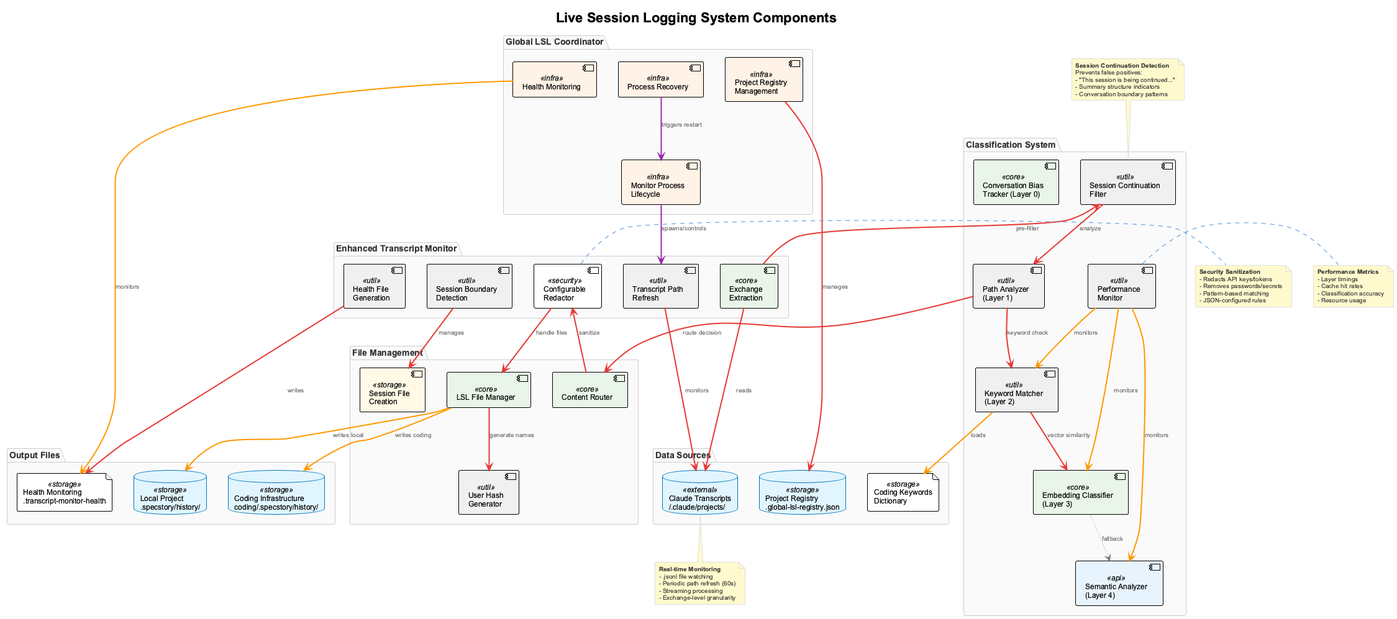
Earlier version of the PlantUML export docs/images/lsl-components.png (fwornle/coding). Its diagram source:
```plantuml
@startuml lsl-components
!include _standard-style.puml

title Live Session Logging System Components

package "Enhanced Transcript Monitor" {
  component [Transcript Path\nRefresh] as tpr <<util>>
  component [Exchange\nExtraction] as extract <<core>>
  component [Configurable\nRedactor] as redactor <<security>>
  component [Health File\nGeneration] as health <<util>>
  component [Session Boundary\nDetection] as session <<util>>
}

package "Global LSL Coordinator" {
  component [Project Registry\nManagement] as registry <<infra>>
  component [Monitor Process\nLifecycle] as lifecycle <<infra>>
  component [Health Monitoring] as healthmon <<infra>>
  component [Process Recovery] as recovery <<infra>>
}

package "Classification System" {
  component [Conversation Bias\nTracker (Layer 0)] as biastrack <<core>>
  component [Session Continuation\nFilter] as sessionfilter <<util>>
  component [Path Analyzer\n(Layer 1)] as pathanalyzer <<util>>
  component [Keyword Matcher\n(Layer 2)] as keywords <<util>>
  component [Embedding Classifier\n(Layer 3)] as embedding <<core>>
  component [Semantic Analyzer\n(Layer 4)] as semantic <<api>>
  component [Performance\nMonitor] as perfmon <<util>>
}

package "File Management" {
  component [LSL File Manager] as filemanager <<core>>
  component [User Hash\nGenerator] as userhash <<util>>
  component [Content Router] as router <<core>>
  component [Session File\nCreation] as sessionfile <<storage>>
}

package "Data Sources" {
  database "Claude Transcripts\n~/.claude/projects/" as transcripts <<external>>
  file "Coding Keywords\nDictionary" as keyworddb <<storage>>
  database "Project Registry\n.global-lsl-registry.json" as projregistry <<storage>>
}

package "Output Files" {
  database "Local Project\n.specstory/history/" as localfiles <<storage>>
  database "Coding Infrastructure\ncoding/.specstory/history/" as codingfiles <<storage>>
  file "Health Monitoring\n.transcript-monitor-health" as healthfiles <<storage>>
}

tpr SYNC_LINE transcripts : monitors
extract SYNC_LINE transcripts : reads
health SYNC_LINE healthfiles : writes
session SYNC_LINE sessionfile : manages

registry SYNC_LINE projregistry : manages
lifecycle CONTROL_LINE tpr : spawns/controls
healthmon DATA_LINE healthfiles : monitors
recovery CONTROL_LINE lifecycle : triggers restart

extract SYNC_LINE sessionfilter : pre-filter
sessionfilter SYNC_LINE pathanalyzer : analyze
pathanalyzer SYNC_LINE keywords : keyword check
keywords SYNC_LINE embedding : vector similarity
embedding OPTIONAL_LINE semantic : fallback
keywords DATA_LINE keyworddb : loads
perfmon DATA_LINE keywords : monitors
perfmon DATA_LINE embedding : monitors
perfmon DATA_LINE semantic : monitors

pathanalyzer SYNC_LINE router : route decision
router SYNC_LINE redactor : sanitize
redactor SYNC_LINE filemanager : handle files
filemanager SYNC_LINE userhash : generate names
filemanager DATA_LINE localfiles : writes local
filemanager DATA_LINE codingfiles : writes coding

note top of sessionfilter
  **Session Continuation Detection**
  Prevents false positives:
  - "This session is being continued..."
  - Summary structure indicators
  - Conversation boundary patterns
end note

note right of perfmon
  **Performance Metrics**
  - Layer timings
  - Cache hit rates
  - Classification accuracy
  - Resource usage
end note

note bottom of transcripts
  **Real-time Monitoring**
  - .jsonl file watching
  - Periodic path refresh (60s)
  - Streaming processing
  - Exchange-level granularity
end note

note right of redactor
  **Security Sanitization**
  - Redacts API keys/tokens
  - Removes passwords/secrets
  - Pattern-based matching
  - JSON-configured rules
end note

@enduml
```
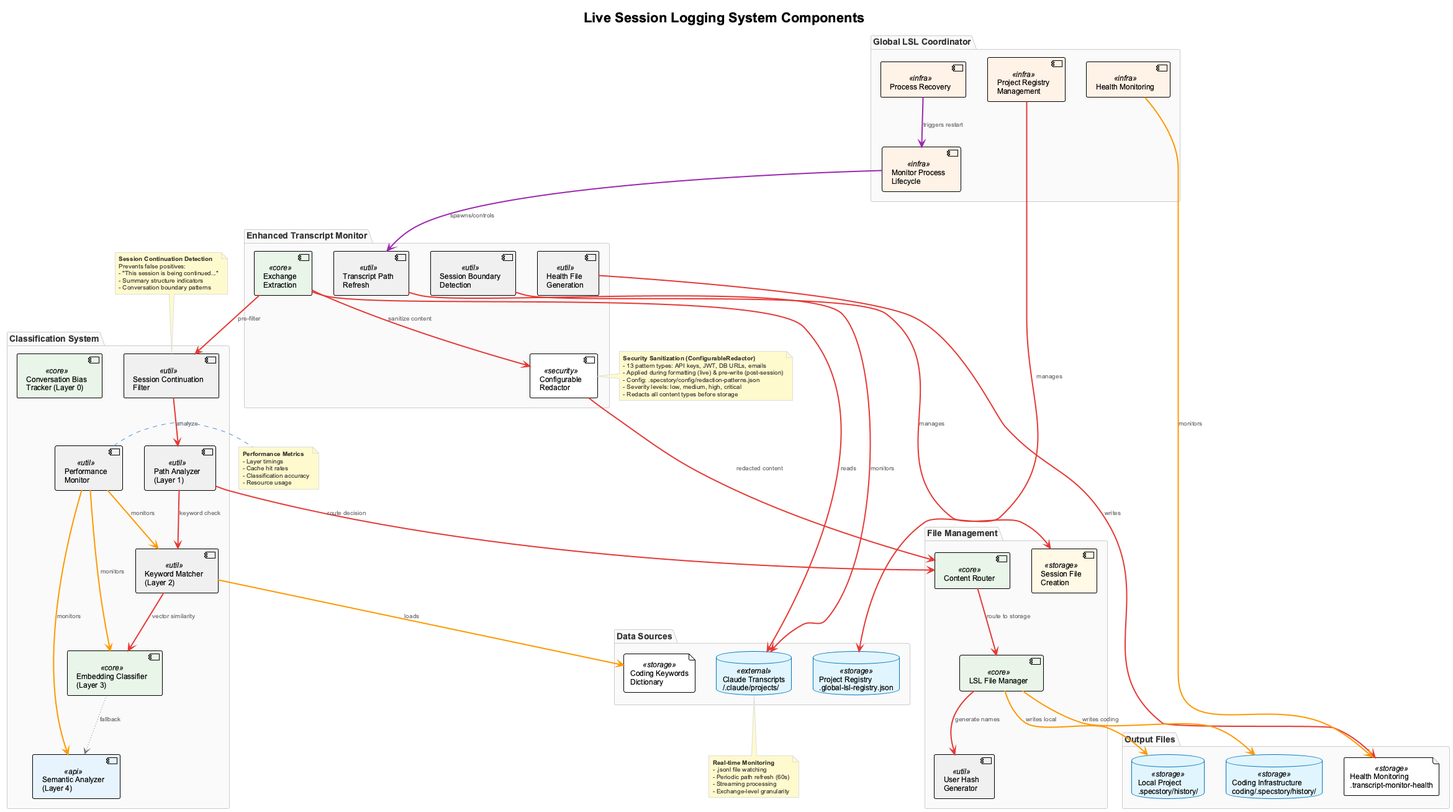
Above is the later version.

Commit message:
docs: comprehensive LSL redaction system documentation

Diff of the diagram source:
```diff
@@ -67,9 +67,10 @@
 perfmon DATA_LINE embedding : monitors
 perfmon DATA_LINE semantic : monitors
 
+extract SYNC_LINE redactor : sanitize content
 pathanalyzer SYNC_LINE router : route decision
-router SYNC_LINE redactor : sanitize
-redactor SYNC_LINE filemanager : handle files
+redactor SYNC_LINE router : redacted content
+router SYNC_LINE filemanager : route to storage
 filemanager SYNC_LINE userhash : generate names
 filemanager DATA_LINE localfiles : writes local
 filemanager DATA_LINE codingfiles : writes coding
@@ -99,11 +100,12 @@
 end note
 
 note right of redactor
-  **Security Sanitization**
-  - Redacts API keys/tokens
-  - Removes passwords/secrets
-  - Pattern-based matching
-  - JSON-configured rules
+  **Security Sanitization (ConfigurableRedactor)**
+  - 13 pattern types: API keys, JWT, DB URLs, emails
+  - Applied during formatting (live) & pre-write (post-session)
+  - Config: .specstory/config/redaction-patterns.json
+  - Severity levels: low, medium, high, critical
+  - Redacts all content types before storage
 end note
 
 @enduml
```
